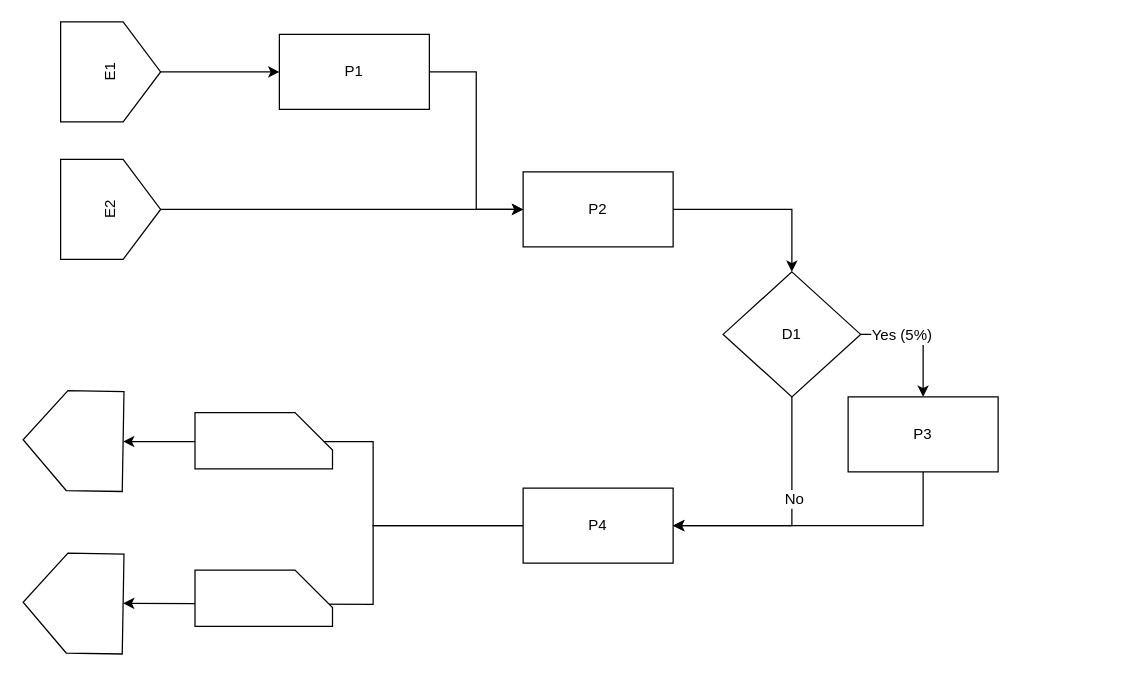
aboutkrin/aboutkrin.github.io keeps this draw.io diagram as Em-Con-Model.drawio. Above is the earlier version. Source tidied: cells renumbered, new cells numbered last; positions are measured from the earlier drawing's top-left corner, leaving out a move shared by most shapes. Both pictures are drawn from the tidied source at 125%, with x=0, y=0 at pixel (22, 21).
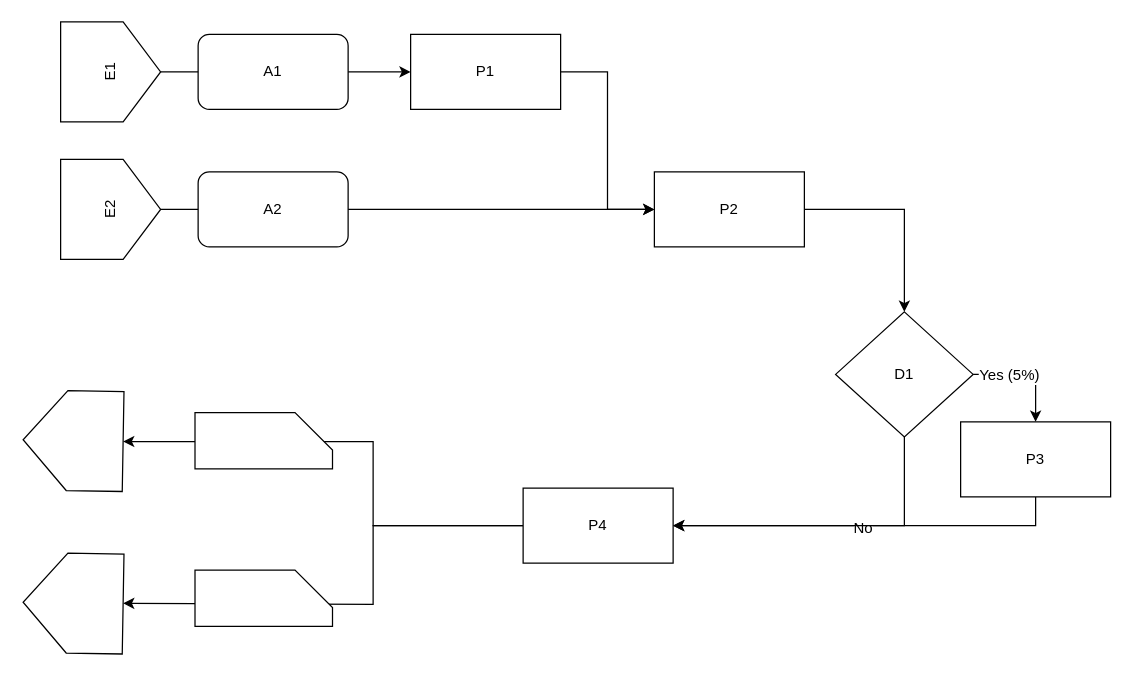
Above is the later version.

The change refers to these unchanged cells:
```xml
<mxCell id="9" value="P4" style="rounded=0;whiteSpace=wrap;html=1;" parent="1" vertex="1">
  <mxGeometry x="400" y="373" width="120" height="60" as="geometry" />
</mxCell>
```

What changed in the source:
```diff
@@
     <mxCell id="6" value="P1" style="rounded=0;whiteSpace=wrap;html=1;" parent="1" vertex="1">
-      <mxGeometry x="205" y="10" width="120" height="60" as="geometry" />
+      <mxGeometry x="310" y="10" width="120" height="60" as="geometry" />
     </mxCell>
@@
     <mxCell id="13" value="P2" style="rounded=0;whiteSpace=wrap;html=1;" parent="1" vertex="1">
-      <mxGeometry x="400" y="120" width="120" height="60" as="geometry" />
+      <mxGeometry x="505" y="120" width="120" height="60" as="geometry" />
     </mxCell>
@@
     <mxCell id="19" value="D1" style="rhombus;whiteSpace=wrap;html=1;" parent="1" vertex="1">
-      <mxGeometry x="560" y="200" width="110" height="100" as="geometry" />
+      <mxGeometry x="650" y="232" width="110" height="100" as="geometry" />
     </mxCell>
-    <mxCell id="20" style="edgeStyle=orthogonalEdgeStyle;rounded=0;jettySize=auto;html=1;exitX=0.5;exitY=1;exitDx=0;exitDy=0;entryX=1;entryY=0.5;entryDx=0;entryDy=0;" parent="1" edge="1" source="21" target="9">
+    <mxCell id="20" style="edgeStyle=orthogonalEdgeStyle;rounded=0;jettySize=auto;html=1;exitX=0.5;exitY=1;exitDx=0;exitDy=0;" parent="1" edge="1" source="21" target="9">
       <mxGeometry relative="1" as="geometry" />
     </mxCell>
     <mxCell id="21" value="P3" style="rounded=0;whiteSpace=wrap;html=1;" parent="1" vertex="1">
-      <mxGeometry x="660" y="300" width="120" height="60" as="geometry" />
+      <mxGeometry x="750" y="320" width="120" height="60" as="geometry" />
     </mxCell>
@@
+    <mxCell id="24" value="A1" style="rounded=1;whiteSpace=wrap;html=1;" parent="1" vertex="1">
+      <mxGeometry x="140" y="10" width="120" height="60" as="geometry" />
+    </mxCell>
+    <mxCell id="25" value="A2" style="rounded=1;whiteSpace=wrap;html=1;" parent="1" vertex="1">
+      <mxGeometry x="140" y="120" width="120" height="60" as="geometry" />
+    </mxCell>
```
